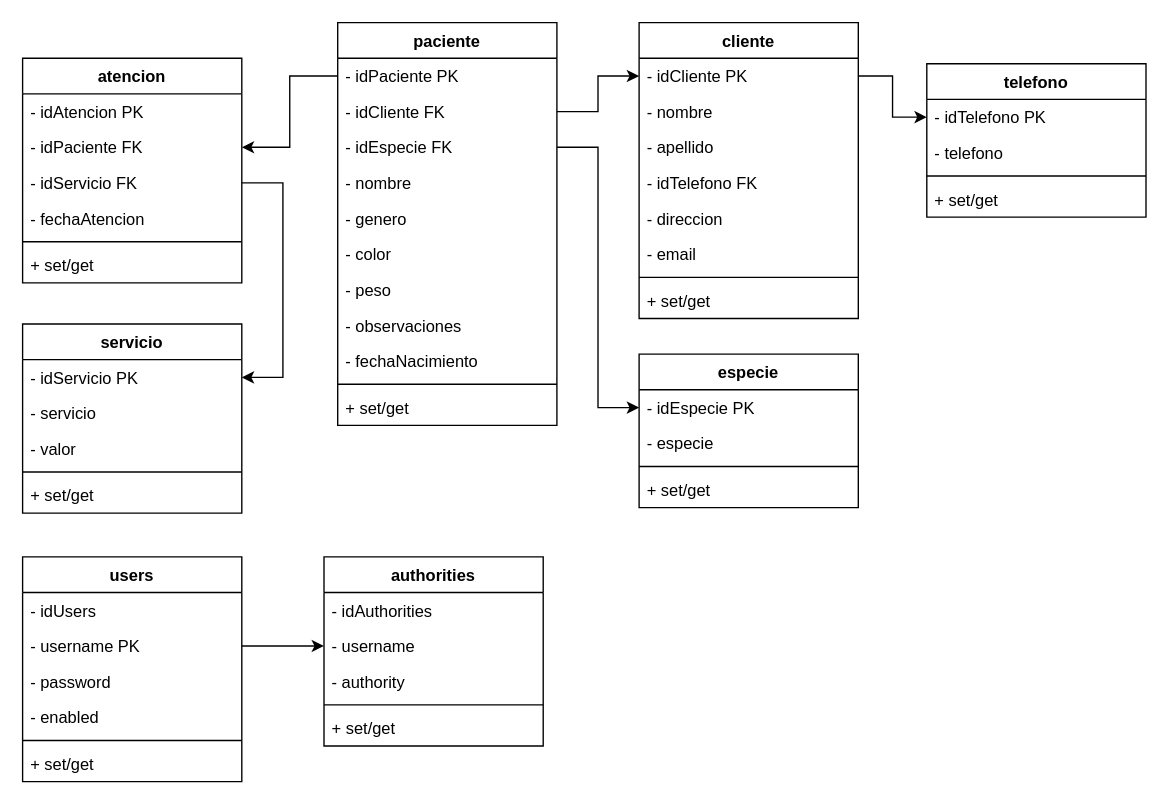
The draw.io diagram DOCS/BBDD/veterinariaUML.drawio in jarodsmdev/Veterinaria, before the edit. Source tidied: cells renumbered, new cells numbered last; positions are measured from the earlier drawing's top-left corner, leaving out a move shared by most shapes. Both pictures are drawn from the tidied source at 137%, with x=0, y=0 at pixel (22, 22).
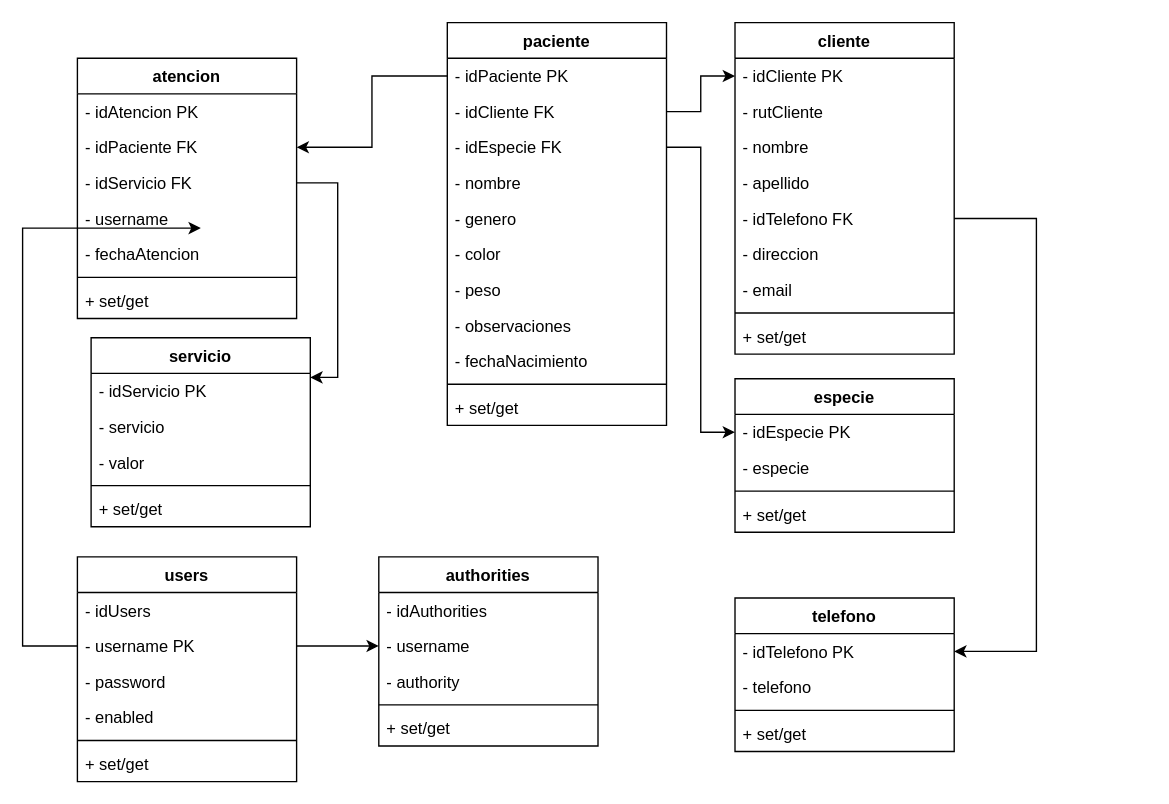
The same diagram, later.

Unchanged cells that the change refers to:
```xml
<mxCell id="15" value="- idTelefono PK" style="text;strokeColor=none;fillColor=none;align=left;verticalAlign=top;spacingLeft=4;spacingRight=4;overflow=hidden;points=[[0,0.5],[1,0.5]];portConstraint=eastwest;" parent="14" vertex="1">
  <mxGeometry y="26" width="160" height="26" as="geometry" />
</mxCell>
<mxCell id="27" value="- idServicio FK" style="text;strokeColor=none;fillColor=none;align=left;verticalAlign=top;spacingLeft=4;spacingRight=4;overflow=hidden;points=[[0,0.5],[1,0.5]];portConstraint=eastwest;" parent="24" vertex="1">
  <mxGeometry y="78" width="160" height="26" as="geometry" />
</mxCell>
<mxCell id="32" value="- idServicio PK" style="text;strokeColor=none;fillColor=none;align=left;verticalAlign=top;spacingLeft=4;spacingRight=4;overflow=hidden;points=[[0,0.5],[1,0.5]];portConstraint=eastwest;" parent="31" vertex="1">
  <mxGeometry y="26" width="160" height="26" as="geometry" />
</mxCell>
<mxCell id="39" value="- username PK" style="text;strokeColor=none;fillColor=none;align=left;verticalAlign=top;spacingLeft=4;spacingRight=4;overflow=hidden;points=[[0,0.5],[1,0.5]];portConstraint=eastwest;" parent="37" vertex="1">
  <mxGeometry y="52" width="160" height="26" as="geometry" />
</mxCell>
<mxCell id="51" value="- idCliente PK" style="text;strokeColor=none;fillColor=none;align=left;verticalAlign=top;spacingLeft=4;spacingRight=4;overflow=hidden;points=[[0,0.5],[1,0.5]];portConstraint=eastwest;" parent="50" vertex="1">
  <mxGeometry y="26" width="160" height="26" as="geometry" />
</mxCell>
```

Change to the diagram source:
```diff
@@
     <mxCell id="2" value="paciente" style="swimlane;fontStyle=1;align=center;verticalAlign=top;horizontal=1;startSize=26;" parent="1" vertex="1">
-      <mxGeometry x="230" width="160" height="294" as="geometry" />
+      <mxGeometry x="310" width="160" height="294" as="geometry" />
     </mxCell>
@@
     <mxCell id="14" value="telefono" style="swimlane;fontStyle=1;align=center;verticalAlign=top;horizontal=1;startSize=26;" parent="1" vertex="1">
-      <mxGeometry x="660" y="30" width="160" height="112" as="geometry" />
+      <mxGeometry x="520" y="420" width="160" height="112" as="geometry" />
     </mxCell>
@@
     <mxCell id="19" value="especie" style="swimlane;fontStyle=1;align=center;verticalAlign=top;horizontal=1;startSize=26;" parent="1" vertex="1">
-      <mxGeometry x="450" y="242" width="160" height="112" as="geometry" />
+      <mxGeometry x="520" y="260" width="160" height="112" as="geometry" />
     </mxCell>
@@
     <mxCell id="24" value="atencion" style="swimlane;fontStyle=1;align=center;verticalAlign=top;horizontal=1;startSize=26;" parent="1" vertex="1">
-      <mxGeometry y="26" width="160" height="164" as="geometry" />
+      <mxGeometry x="40" y="26" width="160" height="190" as="geometry" />
     </mxCell>
@@
+    <mxCell id="65" value="- username" style="text;strokeColor=none;fillColor=none;align=left;verticalAlign=top;spacingLeft=4;spacingRight=4;overflow=hidden;points=[[0,0.5],[1,0.5]];portConstraint=eastwest;" parent="24" vertex="1">
+      <mxGeometry y="104" width="160" height="26" as="geometry" />
+    </mxCell>
     <mxCell id="28" value="- fechaAtencion" style="text;strokeColor=none;fillColor=none;align=left;verticalAlign=top;spacingLeft=4;spacingRight=4;overflow=hidden;" parent="24" vertex="1">
-      <mxGeometry y="104" width="160" height="26" as="geometry" />
+      <mxGeometry y="130" width="160" height="26" as="geometry" />
     </mxCell>
     <mxCell id="29" style="line;strokeWidth=1;fillColor=none;align=left;verticalAlign=middle;spacingTop=-1;spacingLeft=3;spacingRight=3;labelPosition=right;strokeColor=inherit;" parent="24" vertex="1">
-      <mxGeometry y="130" width="160" height="8" as="geometry" />
+      <mxGeometry y="156" width="160" height="8" as="geometry" />
     </mxCell>
     <mxCell id="30" value="+ set/get" style="text;strokeColor=none;fillColor=none;align=left;verticalAlign=top;spacingLeft=4;spacingRight=4;overflow=hidden;" parent="24" vertex="1">
-      <mxGeometry y="138" width="160" height="26" as="geometry" />
+      <mxGeometry y="164" width="160" height="26" as="geometry" />
     </mxCell>
     <mxCell id="31" value="servicio" style="swimlane;fontStyle=1;align=center;verticalAlign=top;horizontal=1;startSize=26;" parent="1" vertex="1">
-      <mxGeometry y="220" width="160" height="138" as="geometry" />
+      <mxGeometry x="50" y="230" width="160" height="138" as="geometry" />
     </mxCell>
@@
     <mxCell id="37" value="users" style="swimlane;fontStyle=1;align=center;verticalAlign=top;horizontal=1;startSize=26;" parent="1" vertex="1">
-      <mxGeometry y="390" width="160" height="164" as="geometry" />
+      <mxGeometry x="40" y="390" width="160" height="164" as="geometry" />
     </mxCell>
@@
     <mxCell id="44" value="authorities" style="swimlane;fontStyle=1;align=center;verticalAlign=top;horizontal=1;startSize=26;" parent="1" vertex="1">
-      <mxGeometry x="220" y="390" width="160" height="138" as="geometry" />
+      <mxGeometry x="260" y="390" width="160" height="138" as="geometry" />
     </mxCell>
@@
     <mxCell id="50" value="cliente" style="swimlane;fontStyle=1;align=center;verticalAlign=top;horizontal=1;startSize=26;" parent="1" vertex="1">
-      <mxGeometry x="450" width="160" height="216" as="geometry" />
+      <mxGeometry x="520" width="160" height="242" as="geometry" />
     </mxCell>
@@
+    <mxCell id="66" value="- rutCliente" style="text;strokeColor=none;fillColor=none;align=left;verticalAlign=top;spacingLeft=4;spacingRight=4;overflow=hidden;" parent="50" vertex="1">
+      <mxGeometry y="52" width="160" height="26" as="geometry" />
+    </mxCell>
     <mxCell id="52" value="- nombre" style="text;strokeColor=none;fillColor=none;align=left;verticalAlign=top;spacingLeft=4;spacingRight=4;overflow=hidden;" parent="50" vertex="1">
-      <mxGeometry y="52" width="160" height="26" as="geometry" />
+      <mxGeometry y="78" width="160" height="26" as="geometry" />
     </mxCell>
     <mxCell id="53" value="- apellido" style="text;strokeColor=none;fillColor=none;align=left;verticalAlign=top;spacingLeft=4;spacingRight=4;overflow=hidden;" parent="50" vertex="1">
-      <mxGeometry y="78" width="160" height="26" as="geometry" />
+      <mxGeometry y="104" width="160" height="26" as="geometry" />
     </mxCell>
     <mxCell id="54" value="- idTelefono FK" style="text;strokeColor=none;fillColor=none;align=left;verticalAlign=top;spacingLeft=4;spacingRight=4;overflow=hidden;points=[[0,0.5],[1,0.5]];portConstraint=eastwest;" parent="50" vertex="1">
-      <mxGeometry y="104" width="160" height="26" as="geometry" />
+      <mxGeometry y="130" width="160" height="26" as="geometry" />
     </mxCell>
     <mxCell id="55" value="- direccion" style="text;strokeColor=none;fillColor=none;align=left;verticalAlign=top;spacingLeft=4;spacingRight=4;overflow=hidden;" parent="50" vertex="1">
-      <mxGeometry y="130" width="160" height="26" as="geometry" />
+      <mxGeometry y="156" width="160" height="26" as="geometry" />
     </mxCell>
     <mxCell id="56" value="- email" style="text;strokeColor=none;fillColor=none;align=left;verticalAlign=top;spacingLeft=4;spacingRight=4;overflow=hidden;" parent="50" vertex="1">
-      <mxGeometry y="156" width="160" height="26" as="geometry" />
+      <mxGeometry y="182" width="160" height="26" as="geometry" />
     </mxCell>
     <mxCell id="57" style="line;strokeWidth=1;fillColor=none;align=left;verticalAlign=middle;spacingTop=-1;spacingLeft=3;spacingRight=3;labelPosition=right;strokeColor=inherit;" parent="50" vertex="1">
-      <mxGeometry y="182" width="160" height="8" as="geometry" />
+      <mxGeometry y="208" width="160" height="8" as="geometry" />
     </mxCell>
     <mxCell id="58" value="+ set/get" style="text;strokeColor=none;fillColor=none;align=left;verticalAlign=top;spacingLeft=4;spacingRight=4;overflow=hidden;" parent="50" vertex="1">
-      <mxGeometry y="190" width="160" height="26" as="geometry" />
+      <mxGeometry y="216" width="160" height="26" as="geometry" />
     </mxCell>
@@
-    <mxCell id="60" style="edgeStyle=orthogonalEdgeStyle;rounded=0;jettySize=auto;html=1;" parent="1" edge="1" source="51" target="15">
-      <mxGeometry relative="1" as="geometry" />
-    </mxCell>
@@
     <mxCell id="63" style="edgeStyle=orthogonalEdgeStyle;rounded=0;jettySize=auto;html=1;" parent="1" edge="1" source="27" target="32">
       <mxGeometry relative="1" as="geometry">
         <Array as="points">
-          <mxPoint x="190" y="117" />
-          <mxPoint x="190" y="259" />
+          <mxPoint x="230" y="117" />
+          <mxPoint x="230" y="259" />
         </Array>
       </mxGeometry>
     </mxCell>
@@
+    <mxCell id="67" style="edgeStyle=orthogonalEdgeStyle;rounded=0;jettySize=auto;html=1;entryX=0.563;entryY=0.769;entryDx=0;entryDy=0;entryPerimeter=0;" parent="1" edge="1" source="39" target="65">
+      <mxGeometry relative="1" as="geometry">
+        <Array as="points">
+          <mxPoint y="455" />
+          <mxPoint y="150" />
+        </Array>
+      </mxGeometry>
+    </mxCell>
+    <mxCell id="68" style="edgeStyle=orthogonalEdgeStyle;rounded=0;jettySize=auto;html=1;" parent="1" edge="1" source="54" target="15">
+      <mxGeometry relative="1" as="geometry">
+        <Array as="points">
+          <mxPoint x="740" y="143" />
+          <mxPoint x="740" y="459" />
+        </Array>
+      </mxGeometry>
+    </mxCell>
```
